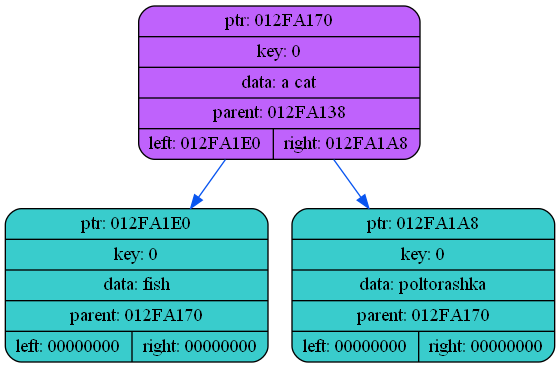
Earlier version of the Graphviz export dump/dump1.png (coffee8cat/akinator). Its source is kept beside it as dump/dump1.dot.
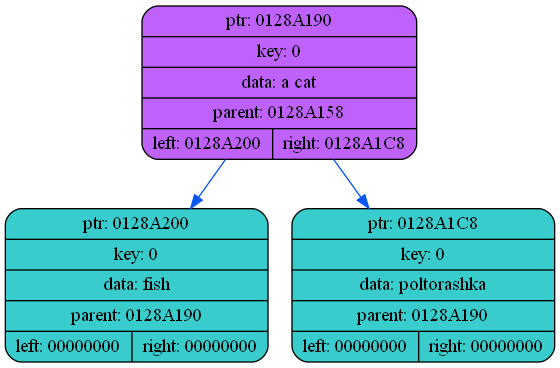
Above is the later version.

Change to the diagram source:
```diff
@@ -2,9 +2,9 @@
 {
     rankdir=TP
 
-        node012FA170[shape=record,style="rounded,filled",fillcolor="#BF62FC",label="{ ptr: 012FA170 | key: 0 | data: a cat| parent: 012FA138| { left: 012FA1E0 | right: 012FA1A8 }}"];
-    node012FA170 -> node012FA1E0[color="#0855F0"]
-    node012FA1E0[shape=record,style="rounded,filled",fillcolor="#39CCCC",label="{ ptr: 012FA1E0 | key: 0 | data: fish| parent: 012FA170 | { left: 00000000 | right: 00000000 }}"];
-    node012FA170 -> node012FA1A8[color="#0855F0"]
-    node012FA1A8[shape=record,style="rounded,filled",fillcolor="#39CCCC",label="{ ptr: 012FA1A8 | key: 0 | data: poltorashka| parent: 012FA170 | { left: 00000000 | right: 00000000 }}"];
+        node0128A190[shape=record,style="rounded,filled",fillcolor="#BF62FC",label="{ ptr: 0128A190 | key: 0 | data: a cat| parent: 0128A158| { left: 0128A200 | right: 0128A1C8 }}"];
+    node0128A190 -> node0128A200[color="#0855F0"]
+    node0128A200[shape=record,style="rounded,filled",fillcolor="#39CCCC",label="{ ptr: 0128A200 | key: 0 | data: fish| parent: 0128A190 | { left: 00000000 | right: 00000000 }}"];
+    node0128A190 -> node0128A1C8[color="#0855F0"]
+    node0128A1C8[shape=record,style="rounded,filled",fillcolor="#39CCCC",label="{ ptr: 0128A1C8 | key: 0 | data: poltorashka| parent: 0128A190 | { left: 00000000 | right: 00000000 }}"];
 }
```
